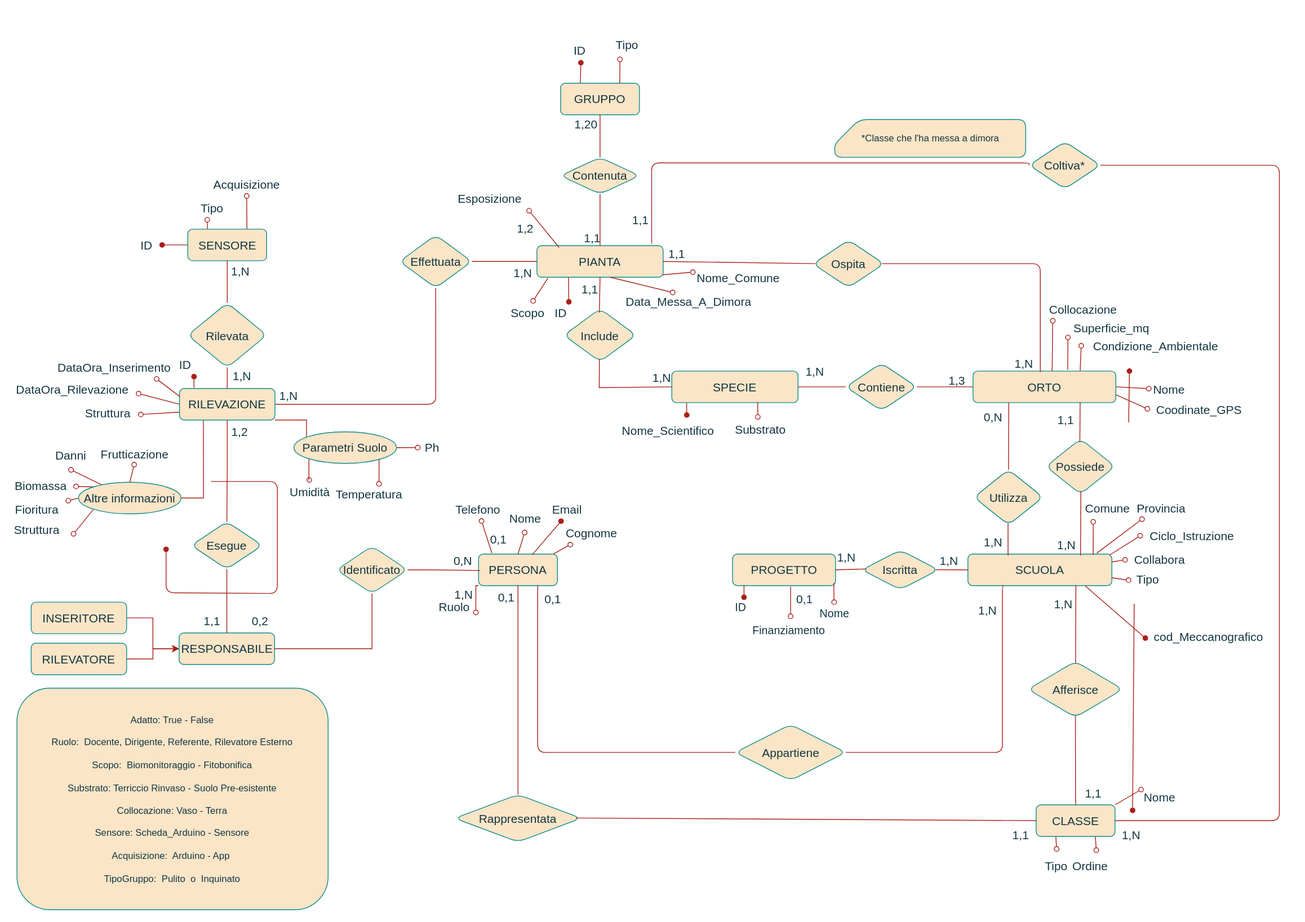
Before: Parte I - Progettazione Logica/Aggiuntivi/DiagrammaNonRistrutturato.svg, a diagram exported from draw.io (andrewasterix/BD). Source tidied: cells renumbered, new cells last; positions are measured from the earlier drawing's top-left corner, leaving out a move shared by most shapes.
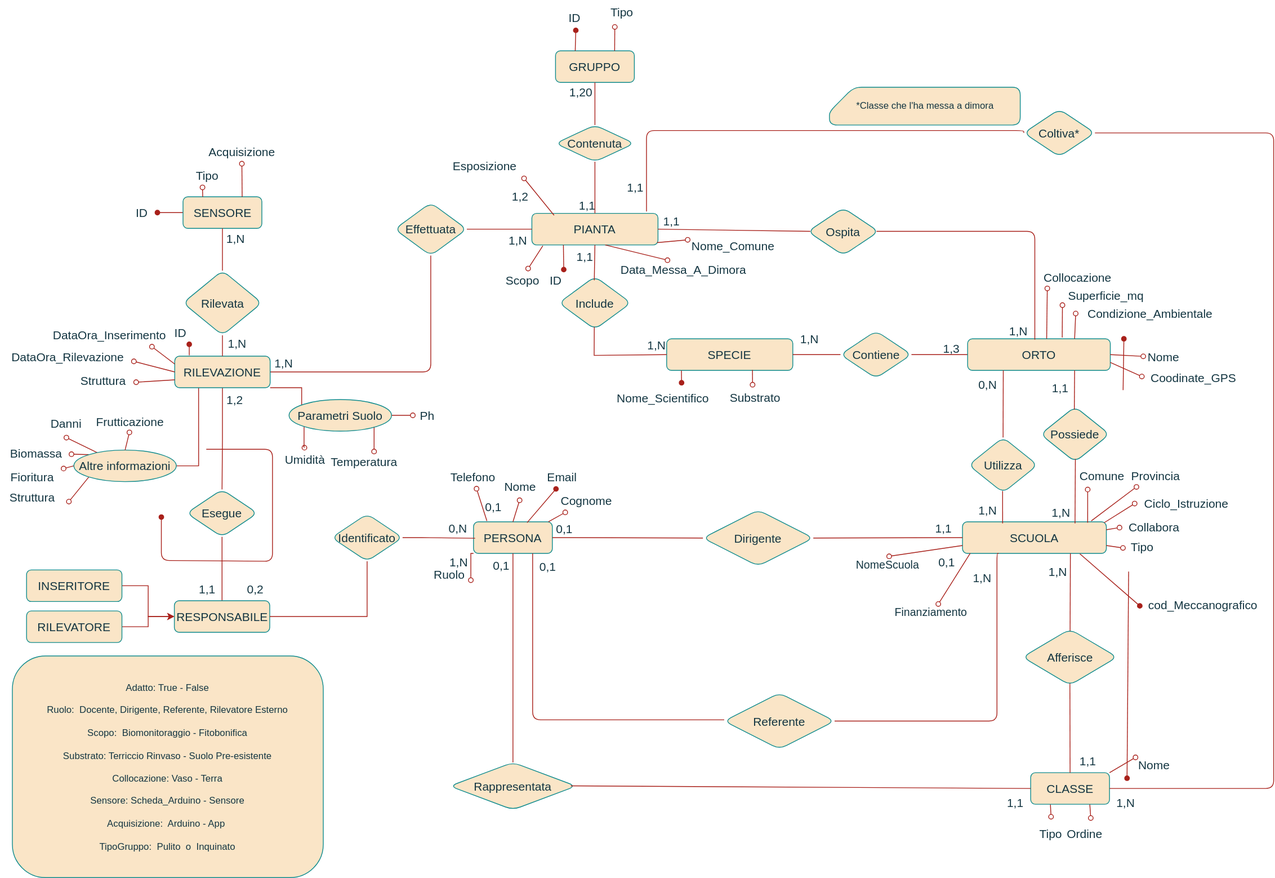
The same diagram one commit later.

The edit, as a diff of the source:
```diff
@@ -94,9 +94,6 @@
     <mxCell id="29" value="Afferisce" style="rhombus;whiteSpace=wrap;html=1;fontFamily=Helvetica;fontSize=15;align=center;verticalAlign=middle;labelBackgroundColor=none;rounded=1;fillColor=#FAE5C7;strokeColor=#0F8B8D;fontColor=#143642;" parent="1" vertex="1">
       <mxGeometry x="1296.5" y="797" width="120" height="71" as="geometry" />
     </mxCell>
-    <mxCell id="30" value="Iscritta" style="rhombus;whiteSpace=wrap;html=1;fontFamily=Helvetica;fontSize=15;align=center;verticalAlign=middle;labelBackgroundColor=none;rounded=1;fillColor=#FAE5C7;strokeColor=#0F8B8D;fontColor=#143642;" parent="1" vertex="1">
-      <mxGeometry x="1086" y="656" width="97" height="50" as="geometry" />
-    </mxCell>
     <mxCell id="31" value="SPECIE" style="rounded=1;whiteSpace=wrap;html=1;shadow=0;glass=0;points=[[0,0,0,0,0],[0,0.25,0,0,0],[0,0.5,0,0,0],[0,0.75,0,0,0],[0,1,0,0,0],[0.25,0,0,0,0],[0.25,1,0,0,0],[0.5,0,0,0,0],[0.5,1,0,0,0],[0.75,0,0,0,0],[0.75,1,0,0,0],[1,0,0,0,0],[1,0.25,0,0,0],[1,0.5,0,0,0],[1,0.75,0,0,0],[1,1,0,0,0]];fontSize=15;labelBackgroundColor=none;fillColor=#FAE5C7;strokeColor=#0F8B8D;fontColor=#143642;" parent="1" vertex="1">
       <mxGeometry x="845" y="429" width="160" height="40" as="geometry" />
     </mxCell>
@@ -109,8 +106,8 @@
     <mxCell id="34" value="Contenuta" style="rhombus;whiteSpace=wrap;html=1;fontSize=15;labelBackgroundColor=none;rounded=1;fillColor=#FAE5C7;strokeColor=#0F8B8D;fontColor=#143642;" parent="1" vertex="1">
       <mxGeometry x="704" y="158" width="100" height="46.5" as="geometry" />
     </mxCell>
-    <mxCell id="35" value="Appartiene" style="rhombus;whiteSpace=wrap;html=1;fontFamily=Helvetica;fontSize=15;align=center;verticalAlign=middle;labelBackgroundColor=none;rounded=1;fillColor=#FAE5C7;strokeColor=#0F8B8D;fontColor=#143642;" parent="1" vertex="1">
-      <mxGeometry x="925.5" y="877" width="140" height="71" as="geometry" />
+    <mxCell id="35" value="Referente" style="rhombus;whiteSpace=wrap;html=1;fontFamily=Helvetica;fontSize=15;align=center;verticalAlign=middle;labelBackgroundColor=none;rounded=1;fillColor=#FAE5C7;strokeColor=#0F8B8D;fontColor=#143642;" parent="1" vertex="1">
+      <mxGeometry x="918" y="878" width="140" height="71" as="geometry" />
     </mxCell>
     <mxCell id="36" style="edgeStyle=orthogonalEdgeStyle;rounded=1;orthogonalLoop=1;jettySize=auto;html=1;exitX=0.5;exitY=1;exitDx=0;exitDy=0;labelBackgroundColor=none;strokeColor=#A8201A;fontColor=default;" parent="1" edge="1">
       <mxGeometry relative="1" as="geometry">
@@ -145,12 +142,9 @@
     <mxCell id="45" style="endArrow=none;html=1;rounded=0;entryX=0;entryY=0.5;entryDx=0;entryDy=0;entryPerimeter=0;exitX=0.959;exitY=0.495;exitDx=0;exitDy=0;labelBackgroundColor=none;strokeColor=#A8201A;fontColor=default;exitPerimeter=0;" parent="1" edge="1" source="24" target="12">
       <mxGeometry relative="1" as="geometry" />
     </mxCell>
-    <mxCell id="46" style="endArrow=none;html=1;rounded=0;entryX=0;entryY=0.5;entryDx=0;entryDy=0;entryPerimeter=0;exitX=0.964;exitY=0.496;exitDx=0;exitDy=0;labelBackgroundColor=none;strokeColor=#A8201A;fontColor=default;exitPerimeter=0;" parent="1" edge="1" source="30" target="2">
+    <mxCell id="46" style="endArrow=none;html=1;rounded=0;entryX=0;entryY=0.5;entryDx=0;entryDy=0;entryPerimeter=0;exitX=1;exitY=0.5;exitDx=0;exitDy=0;labelBackgroundColor=none;strokeColor=#A8201A;fontColor=default;" parent="1" edge="1" source="200" target="2">
       <mxGeometry relative="1" as="geometry" />
     </mxCell>
-    <mxCell id="47" value="PROGETTO" style="rounded=1;whiteSpace=wrap;html=1;shadow=0;glass=0;points=[[0,0,0,0,0],[0,0.25,0,0,0],[0,0.5,0,0,0],[0,0.75,0,0,0],[0,1,0,0,0],[0.25,0,0,0,0],[0.25,1,0,0,0],[0.5,0,0,0,0],[0.5,1,0,0,0],[0.75,0,0,0,0],[0.75,1,0,0,0],[1,0,0,0,0],[1,0.25,0,0,0],[1,0.5,0,0,0],[1,0.75,0,0,0],[1,1,0,0,0]];fontSize=15;labelBackgroundColor=none;fillColor=#FAE5C7;strokeColor=#0F8B8D;fontColor=#143642;" parent="1" vertex="1">
-      <mxGeometry x="922" y="661" width="130.5" height="40" as="geometry" />
-    </mxCell>
     <mxCell id="48" style="endArrow=none;html=1;rounded=0;entryX=0.5;entryY=1;entryDx=0;entryDy=0;entryPerimeter=0;exitX=0.5;exitY=0;exitDx=0;exitDy=0;labelBackgroundColor=none;strokeColor=#A8201A;fontColor=default;" parent="1" edge="1" source="27" target="26">
       <mxGeometry relative="1" as="geometry" />
     </mxCell>
@@ -203,7 +197,7 @@
     <mxCell id="61" style="endArrow=none;html=1;rounded=0;entryX=0.49;entryY=0.053;entryDx=0;entryDy=0;exitX=0.75;exitY=1;exitDx=0;exitDy=0;exitPerimeter=0;labelBackgroundColor=none;strokeColor=#A8201A;fontColor=default;entryPerimeter=0;" parent="1" edge="1" source="7" target="5">
       <mxGeometry relative="1" as="geometry" />
     </mxCell>
-    <mxCell id="62" style="endArrow=none;html=1;rounded=0;exitX=1;exitY=0.5;exitDx=0;exitDy=0;exitPerimeter=0;entryX=0.055;entryY=0.479;entryDx=0;entryDy=0;labelBackgroundColor=none;strokeColor=#A8201A;fontColor=default;entryPerimeter=0;" parent="1" edge="1" source="47" target="30">
+    <mxCell id="62" style="endArrow=none;html=1;rounded=0;exitX=1;exitY=0.5;exitDx=0;exitDy=0;exitPerimeter=0;entryX=0;entryY=0.5;entryDx=0;entryDy=0;labelBackgroundColor=none;strokeColor=#A8201A;fontColor=default;" parent="1" edge="1" source="4" target="200">
       <mxGeometry relative="1" as="geometry" />
     </mxCell>
     <mxCell id="63" style="edgeStyle=orthogonalEdgeStyle;rounded=1;jettySize=auto;html=1;entryX=0.909;entryY=-0.062;entryDx=0;entryDy=0;entryPerimeter=0;fontFamily=Helvetica;fontSize=15;fontColor=default;endArrow=none;endFill=0;labelBackgroundColor=none;exitX=0;exitY=0.5;exitDx=0;exitDy=0;strokeColor=#A8201A;" parent="1" edge="1" source="40" target="37">
@@ -229,8 +223,9 @@
         </Array>
       </mxGeometry>
     </mxCell>
-    <mxCell id="66" style="edgeStyle=orthogonalEdgeStyle;rounded=1;jettySize=auto;html=1;entryX=0;entryY=0.5;entryDx=0;entryDy=0;fontFamily=Helvetica;fontSize=15;fontColor=default;endArrow=none;endFill=0;labelBackgroundColor=none;exitX=0.75;exitY=1;exitDx=0;exitDy=0;strokeColor=#A8201A;exitPerimeter=0;" parent="1" edge="1" source="4" target="35">
+    <mxCell id="66" style="edgeStyle=orthogonalEdgeStyle;rounded=1;jettySize=auto;html=1;fontFamily=Helvetica;fontSize=15;fontColor=default;endArrow=none;endFill=0;labelBackgroundColor=none;exitX=0.75;exitY=1;exitDx=0;exitDy=0;strokeColor=#A8201A;exitPerimeter=0;" parent="1" edge="1" source="4">
       <mxGeometry relative="1" as="geometry">
+        <mxPoint x="918" y="912" as="targetPoint" />
         <Array as="points">
           <mxPoint x="675" y="912" />
         </Array>
@@ -433,26 +428,17 @@
         <mxPoint x="668" y="662" as="sourcePoint" />
       </mxGeometry>
     </mxCell>
-    <mxCell id="128" value="0,1" style="text;html=1;align=center;verticalAlign=middle;strokeColor=none;fillColor=none;fontSize=15;fontFamily=Helvetica;rounded=1;labelBackgroundColor=none;fontColor=#143642;" parent="1" vertex="1">
-      <mxGeometry x="993" y="703" width="40" height="30" as="geometry" />
+    <mxCell id="128" value="0,1" style="text;html=1;align=center;verticalAlign=middle;strokeColor=none;fillColor=none;fontSize=15;fontFamily=Helvetica;rounded=1;labelBackgroundColor=none;fontColor=#143642;arcSize=50;" parent="1" vertex="1">
+      <mxGeometry x="1180.2" y="697" width="40" height="30" as="geometry" />
     </mxCell>
-    <mxCell id="129" value="ID" style="text;html=1;align=center;verticalAlign=middle;points=[];strokeColor=none;fillColor=none;fontSize=14;labelBackgroundColor=none;rounded=1;fontColor=#143642;" parent="1" vertex="1">
-      <mxGeometry x="911.5" y="714" width="40" height="30" as="geometry" />
-    </mxCell>
-    <mxCell id="130" value="Nome" style="text;html=1;align=center;verticalAlign=middle;points=[];strokeColor=none;fillColor=none;fontSize=14;labelBackgroundColor=none;rounded=1;fontColor=#143642;" parent="1" vertex="1">
-      <mxGeometry x="1021" y="722" width="60" height="30" as="geometry" />
-    </mxCell>
-    <mxCell id="131" style="edgeStyle=none;shape=connector;rounded=1;jettySize=auto;html=1;labelBackgroundColor=none;fontFamily=Helvetica;fontSize=15;fontColor=default;endArrow=oval;endFill=1;strokeColor=#A8201A;entryX=0.625;entryY=0.059;entryDx=0;entryDy=0;entryPerimeter=0;exitX=0.111;exitY=0.996;exitDx=0;exitDy=0;exitPerimeter=0;" parent="1" edge="1" source="47" target="129">
-      <mxGeometry relative="1" as="geometry" />
-    </mxCell>
     <mxCell id="132" value="0,1" style="text;html=1;align=center;verticalAlign=middle;strokeColor=none;fillColor=none;fontSize=15;fontFamily=Helvetica;rounded=1;labelBackgroundColor=none;fontColor=#143642;" parent="1" vertex="1">
       <mxGeometry x="615" y="701" width="40" height="30" as="geometry" />
     </mxCell>
     <mxCell id="133" value="0,N" style="text;html=1;align=center;verticalAlign=middle;points=[];strokeColor=none;fillColor=none;fontSize=15;fontFamily=Helvetica;rounded=1;labelBackgroundColor=none;fontColor=#143642;" parent="1" vertex="1">
       <mxGeometry x="559" y="654" width="41" height="30" as="geometry" />
     </mxCell>
-    <mxCell id="134" value="1,N" style="text;html=1;align=center;verticalAlign=middle;strokeColor=none;fillColor=none;fontSize=15;fontFamily=Helvetica;rounded=1;labelBackgroundColor=none;fontColor=#143642;" parent="1" vertex="1">
-      <mxGeometry x="1175" y="654" width="41" height="30" as="geometry" />
+    <mxCell id="134" value="1,1" style="text;html=1;align=center;verticalAlign=middle;strokeColor=none;fillColor=none;fontSize=15;fontFamily=Helvetica;rounded=1;labelBackgroundColor=none;fontColor=#143642;" parent="1" vertex="1">
+      <mxGeometry x="1176" y="654" width="39" height="30" as="geometry" />
     </mxCell>
     <mxCell id="135" value="1,N" style="text;html=1;align=center;verticalAlign=middle;strokeColor=none;fillColor=none;fontSize=15;fontFamily=Helvetica;rounded=1;labelBackgroundColor=none;fontColor=#143642;" parent="1" vertex="1">
       <mxGeometry x="1224" y="717" width="41" height="30" as="geometry" />
@@ -523,9 +509,6 @@
     <mxCell id="157" value="0,1" style="text;html=1;align=center;verticalAlign=middle;strokeColor=none;fillColor=none;fontSize=15;fontFamily=Helvetica;rounded=1;labelBackgroundColor=none;fontColor=#143642;" parent="1" vertex="1">
       <mxGeometry x="674" y="703" width="39" height="30" as="geometry" />
     </mxCell>
-    <mxCell id="158" value="1,N" style="text;html=1;align=center;verticalAlign=middle;strokeColor=none;fillColor=none;fontSize=15;fontFamily=Helvetica;rounded=1;labelBackgroundColor=none;fontColor=#143642;" parent="1" vertex="1">
-      <mxGeometry x="1045" y="650" width="41" height="30" as="geometry" />
-    </mxCell>
     <mxCell id="159" style="edgeStyle=orthogonalEdgeStyle;rounded=0;jettySize=auto;html=1;exitX=0.152;exitY=-0.025;exitDx=0;exitDy=0;exitPerimeter=0;strokeColor=#A8201A;fontColor=default;fillColor=#FAE5C7;endArrow=oval;endFill=1;labelBackgroundColor=none;" parent="1" edge="1" source="22" target="78">
       <mxGeometry relative="1" as="geometry">
         <Array as="points">
@@ -542,20 +525,9 @@
     <mxCell id="162" value="&lt;span style=&quot;font-size: 15px;&quot;&gt;Esposizione&lt;br&gt;&lt;/span&gt;" style="text;html=1;align=center;verticalAlign=middle;points=[];strokeColor=none;fillColor=none;fontSize=15;fontFamily=Helvetica;labelBackgroundColor=none;rounded=1;fontColor=#143642;arcSize=0;rotation=0;" parent="1" vertex="1">
       <mxGeometry x="564" y="195" width="99" height="30" as="geometry" />
     </mxCell>
-    <mxCell id="163" style="edgeStyle=none;shape=connector;rounded=1;orthogonalLoop=1;jettySize=auto;html=1;labelBackgroundColor=none;fontFamily=Helvetica;fontSize=15;fontColor=default;endArrow=oval;endFill=0;entryX=0.532;entryY=-0.107;entryDx=0;entryDy=0;entryPerimeter=0;strokeColor=#A8201A;exitX=0.579;exitY=1.025;exitDx=0;exitDy=0;exitPerimeter=0;" parent="1" edge="1">
-      <mxGeometry relative="1" as="geometry">
-        <mxPoint x="995.6" y="702" as="sourcePoint" />
-        <mxPoint x="995.5" y="739.9" as="targetPoint" />
-      </mxGeometry>
-    </mxCell>
     <mxCell id="164" value="Finanziamento" style="text;html=1;align=center;verticalAlign=middle;points=[];strokeColor=none;fillColor=none;fontSize=14;labelBackgroundColor=none;rounded=1;fontColor=#143642;" parent="1" vertex="1">
-      <mxGeometry x="938" y="743" width="110" height="29" as="geometry" />
+      <mxGeometry x="1125" y="761" width="110" height="29" as="geometry" />
     </mxCell>
-    <mxCell id="165" style="edgeStyle=none;shape=connector;rounded=1;jettySize=auto;html=1;labelBackgroundColor=none;fontFamily=Helvetica;fontSize=15;fontColor=default;endArrow=oval;endFill=0;strokeColor=#A8201A;exitX=0.99;exitY=0.921;exitDx=0;exitDy=0;exitPerimeter=0;" parent="1" edge="1" target="130">
-      <mxGeometry relative="1" as="geometry">
-        <mxPoint x="1050.2" y="697.8" as="sourcePoint" />
-      </mxGeometry>
-    </mxCell>
     <mxCell id="166" style="edgeStyle=none;shape=connector;rounded=1;jettySize=auto;html=1;exitX=0;exitY=0;exitDx=0;exitDy=0;labelBackgroundColor=none;fontFamily=Helvetica;fontSize=15;fontColor=default;endArrow=oval;endFill=0;strokeColor=#A8201A;" parent="1" edge="1" source="172" target="168">
       <mxGeometry relative="1" as="geometry" />
     </mxCell>
@@ -670,5 +642,22 @@
     <mxCell id="199" value="1,2" style="text;html=1;align=center;verticalAlign=middle;strokeColor=none;fillColor=none;fontSize=15;fontFamily=Helvetica;rounded=1;labelBackgroundColor=none;fontColor=#143642;" parent="1" vertex="1">
       <mxGeometry x="277" y="491" width="39" height="30" as="geometry" />
     </mxCell>
+    <mxCell id="200" value="Dirigente" style="rhombus;whiteSpace=wrap;html=1;fontFamily=Helvetica;fontSize=15;align=center;verticalAlign=middle;labelBackgroundColor=none;rounded=1;fillColor=#FAE5C7;strokeColor=#0F8B8D;fontColor=#143642;" parent="1" vertex="1">
+      <mxGeometry x="891" y="646" width="140" height="71" as="geometry" />
+    </mxCell>
+    <mxCell id="201" style="edgeStyle=none;shape=connector;rounded=1;jettySize=auto;html=1;labelBackgroundColor=none;fontFamily=Helvetica;fontSize=15;fontColor=default;endArrow=oval;endFill=0;strokeColor=#A8201A;exitX=0;exitY=0.75;exitDx=0;exitDy=0;exitPerimeter=0;entryX=0.52;entryY=0.128;entryDx=0;entryDy=0;entryPerimeter=0;" parent="1" edge="1" source="2" target="203">
+      <mxGeometry relative="1" as="geometry" />
+    </mxCell>
+    <mxCell id="202" style="edgeStyle=none;shape=connector;rounded=1;jettySize=auto;html=1;labelBackgroundColor=none;fontFamily=Helvetica;fontSize=15;fontColor=default;endArrow=oval;endFill=0;strokeColor=#A8201A;exitX=0;exitY=0.75;exitDx=0;exitDy=0;exitPerimeter=0;entryX=0.587;entryY=0.145;entryDx=0;entryDy=0;entryPerimeter=0;" parent="1" edge="1" target="164">
+      <mxGeometry relative="1" as="geometry">
+        <mxPoint x="1230" y="701" as="sourcePoint" />
+      </mxGeometry>
+    </mxCell>
+    <mxCell id="203" value="NomeScuola" style="text;html=1;align=center;verticalAlign=middle;points=[];strokeColor=none;fillColor=none;fontSize=14;labelBackgroundColor=none;rounded=1;fontColor=#143642;" parent="1" vertex="1">
+      <mxGeometry x="1076.2" y="701" width="98" height="29" as="geometry" />
+    </mxCell>
+    <mxCell id="204" value="0,1" style="text;html=1;align=center;verticalAlign=middle;strokeColor=none;fillColor=none;fontSize=15;fontFamily=Helvetica;rounded=1;labelBackgroundColor=none;fontColor=#143642;" parent="1" vertex="1">
+      <mxGeometry x="695" y="655" width="39" height="30" as="geometry" />
+    </mxCell>
   </root>
 </mxGraphModel>
```
